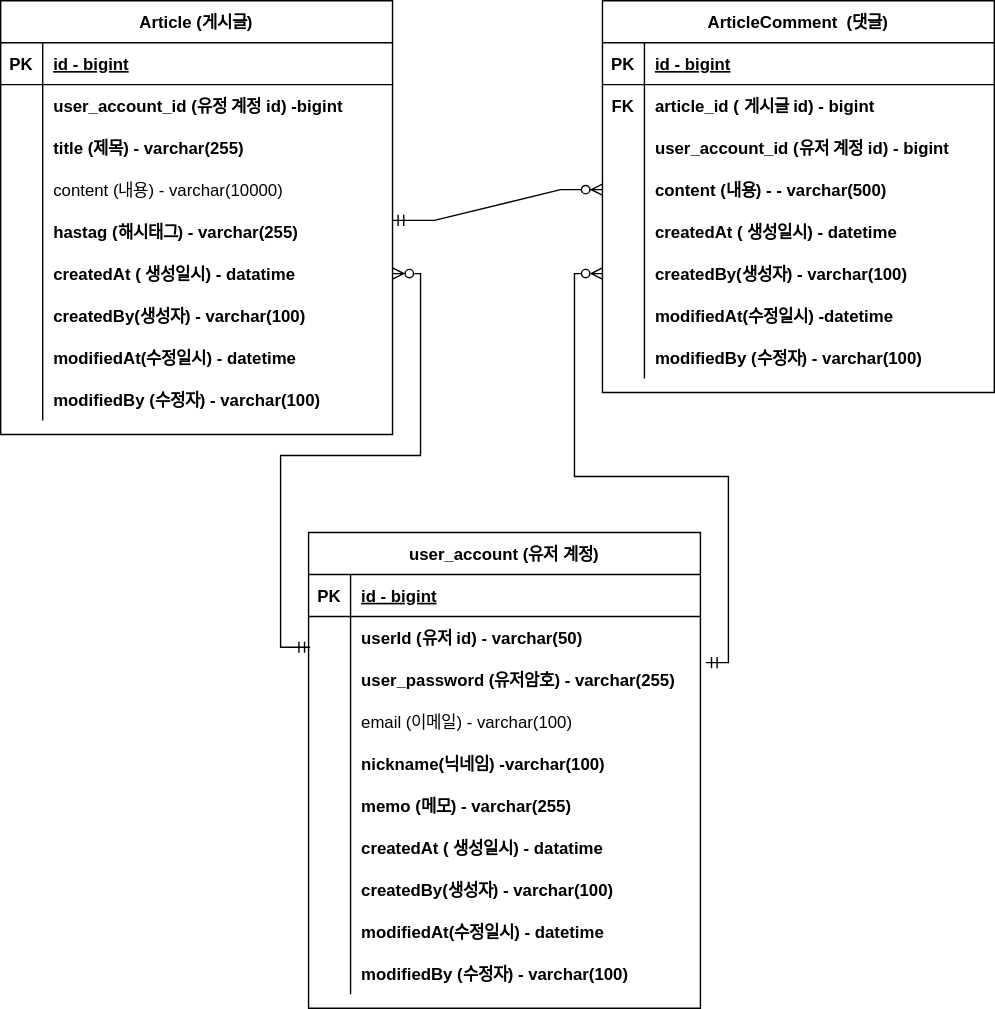
Above: document/project-board-erd.svg in kimj2su/project-board (draw.io), before the change. Source tidied: cells renumbered, new cells last; positions are measured from the earlier drawing's top-left corner, leaving out a move shared by most shapes.
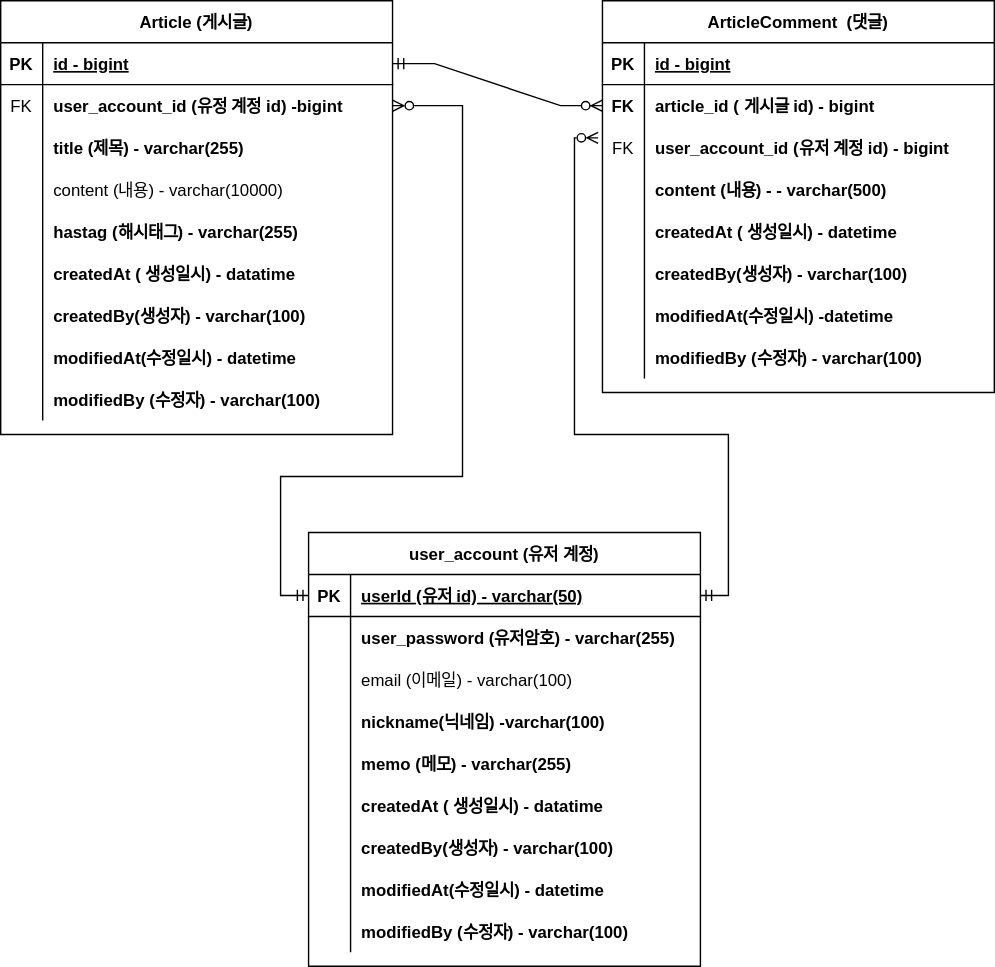
After the commit.

Commit message:
#35-ERD 문서 수정: 회원 계정 user_id 를 PK 로 변경

Change to the diagram source:
```diff
@@ -17,7 +17,7 @@
     <mxCell id="6" style="shape=tableRow;horizontal=0;startSize=0;swimlaneHead=0;swimlaneBody=0;fillColor=none;points=[[0,0.5],[1,0.5]];portConstraint=eastwest;top=0;left=0;right=0;bottom=0;" parent="2" vertex="1">
       <mxGeometry y="60" width="280" height="30" as="geometry" />
     </mxCell>
-    <mxCell id="7" style="shape=partialRectangle;fillColor=none;top=0;left=0;bottom=0;right=0;overflow=hidden;" parent="6" vertex="1">
+    <mxCell id="7" value="FK" style="shape=partialRectangle;fillColor=none;top=0;left=0;bottom=0;right=0;overflow=hidden;" parent="6" vertex="1">
       <mxGeometry width="30" height="30" as="geometry" />
     </mxCell>
     <mxCell id="8" value="user_account_id (유정 계정 id) -bigint" style="shape=partialRectangle;fillColor=none;top=0;left=0;bottom=0;right=0;align=left;spacingLeft=6;overflow=hidden;fontStyle=1;" parent="6" vertex="1">
@@ -110,7 +110,7 @@
     <mxCell id="37" style="shape=tableRow;horizontal=0;startSize=0;swimlaneHead=0;swimlaneBody=0;fillColor=none;points=[[0,0.5],[1,0.5]];portConstraint=eastwest;top=0;left=0;right=0;bottom=0;fontStyle=1;" parent="30" vertex="1">
       <mxGeometry y="90" width="280" height="30" as="geometry" />
     </mxCell>
-    <mxCell id="38" style="shape=partialRectangle;fillColor=none;top=0;left=0;bottom=0;right=0;overflow=hidden;" parent="37" vertex="1">
+    <mxCell id="38" value="FK" style="shape=partialRectangle;fillColor=none;top=0;left=0;bottom=0;right=0;overflow=hidden;" parent="37" vertex="1">
       <mxGeometry width="30" height="30" as="geometry" />
     </mxCell>
     <mxCell id="39" value="user_account_id (유저 계정 id) - bigint" style="shape=partialRectangle;fillColor=none;top=0;left=0;bottom=0;right=0;align=left;spacingLeft=6;overflow=hidden;fontStyle=1;" parent="37" vertex="1">
@@ -161,11 +161,11 @@
     <mxCell id="54" value="modifiedBy (수정자) - varchar(100)" style="shape=partialRectangle;fillColor=none;top=0;left=0;bottom=0;right=0;align=left;spacingLeft=6;overflow=hidden;fontStyle=1;" parent="52" vertex="1">
       <mxGeometry x="30" width="250" height="30" as="geometry" />
     </mxCell>
-    <mxCell id="55" style="edgeStyle=entityRelationEdgeStyle;fontSize=12;html=1;endArrow=ERzeroToMany;startArrow=ERmandOne;rounded=0;exitX=1;exitY=0.233;exitDx=0;exitDy=0;exitPerimeter=0;" parent="1" edge="1" source="15" target="40">
+    <mxCell id="55" style="edgeStyle=entityRelationEdgeStyle;fontSize=12;html=1;endArrow=ERzeroToMany;startArrow=ERmandOne;rounded=0;exitX=1;exitY=0.5;exitDx=0;exitDy=0;entryX=0;entryY=0.5;entryDx=0;entryDy=0;" parent="1" edge="1" source="3" target="34">
       <mxGeometry relative="1" as="geometry" />
     </mxCell>
     <mxCell id="56" value="user_account (유저 계정)" style="shape=table;startSize=30;rowLines=0;fontStyle=1;align=center;" parent="1" vertex="1">
-      <mxGeometry x="220" y="380" width="280" height="340" as="geometry" />
+      <mxGeometry x="220" y="380" width="280" height="310" as="geometry" />
     </mxCell>
     <mxCell id="57" style="shape=tableRow;horizontal=0;startSize=0;swimlaneHead=0;swimlaneBody=0;fillColor=none;points=[[0,0.5],[1,0.5]];portConstraint=eastwest;top=0;left=0;right=0;bottom=1;" parent="56" vertex="1">
       <mxGeometry y="30" width="280" height="30" as="geometry" />
@@ -173,20 +173,11 @@
     <mxCell id="58" value="PK" style="shape=partialRectangle;fillColor=none;top=0;left=0;bottom=0;right=0;fontStyle=1;overflow=hidden;" parent="57" vertex="1">
       <mxGeometry width="30" height="30" as="geometry" />
     </mxCell>
-    <mxCell id="59" value="id - bigint" style="shape=partialRectangle;fillColor=none;top=0;left=0;bottom=0;right=0;align=left;spacingLeft=6;fontStyle=5;overflow=hidden;" parent="57" vertex="1">
+    <mxCell id="59" value="userId (유저 id) - varchar(50)" style="shape=partialRectangle;fillColor=none;top=0;left=0;bottom=0;right=0;align=left;spacingLeft=6;fontStyle=5;overflow=hidden;" parent="57" vertex="1">
       <mxGeometry x="30" width="250" height="30" as="geometry" />
     </mxCell>
-    <mxCell id="60" style="shape=tableRow;horizontal=0;startSize=0;swimlaneHead=0;swimlaneBody=0;fillColor=none;points=[[0,0.5],[1,0.5]];portConstraint=eastwest;top=0;left=0;right=0;bottom=0;" parent="56" vertex="1">
-      <mxGeometry y="60" width="280" height="30" as="geometry" />
-    </mxCell>
-    <mxCell id="61" style="shape=partialRectangle;fillColor=none;top=0;left=0;bottom=0;right=0;overflow=hidden;" parent="60" vertex="1">
-      <mxGeometry width="30" height="30" as="geometry" />
-    </mxCell>
-    <mxCell id="62" value="userId (유저 id) - varchar(50)" style="shape=partialRectangle;fillColor=none;top=0;left=0;bottom=0;right=0;align=left;spacingLeft=6;overflow=hidden;fontStyle=1;" parent="60" vertex="1">
-      <mxGeometry x="30" width="250" height="30" as="geometry" />
-    </mxCell>
     <mxCell id="63" style="shape=tableRow;horizontal=0;startSize=0;swimlaneHead=0;swimlaneBody=0;fillColor=none;points=[[0,0.5],[1,0.5]];portConstraint=eastwest;top=0;left=0;right=0;bottom=0;" parent="56" vertex="1">
-      <mxGeometry y="90" width="280" height="30" as="geometry" />
+      <mxGeometry y="60" width="280" height="30" as="geometry" />
     </mxCell>
     <mxCell id="64" style="shape=partialRectangle;fillColor=none;top=0;left=0;bottom=0;right=0;overflow=hidden;" parent="63" vertex="1">
       <mxGeometry width="30" height="30" as="geometry" />
@@ -195,7 +186,7 @@
       <mxGeometry x="30" width="250" height="30" as="geometry" />
     </mxCell>
     <mxCell id="66" style="shape=tableRow;horizontal=0;startSize=0;swimlaneHead=0;swimlaneBody=0;fillColor=none;top=0;left=0;right=0;bottom=0;" parent="56" vertex="1">
-      <mxGeometry y="120" width="280" height="30" as="geometry" />
+      <mxGeometry y="90" width="280" height="30" as="geometry" />
     </mxCell>
     <mxCell id="67" style="shape=partialRectangle;fillColor=none;top=0;left=0;bottom=0;right=0;overflow=hidden;" parent="66" vertex="1">
       <mxGeometry width="30" height="30" as="geometry" />
@@ -204,7 +195,7 @@
       <mxGeometry x="30" width="250" height="30" as="geometry" />
     </mxCell>
     <mxCell id="69" style="shape=tableRow;horizontal=0;startSize=0;swimlaneHead=0;swimlaneBody=0;fillColor=none;top=0;left=0;right=0;bottom=0;" parent="56" vertex="1">
-      <mxGeometry y="150" width="280" height="30" as="geometry" />
+      <mxGeometry y="120" width="280" height="30" as="geometry" />
     </mxCell>
     <mxCell id="70" style="shape=partialRectangle;fillColor=none;top=0;left=0;bottom=0;right=0;overflow=hidden;" parent="69" vertex="1">
       <mxGeometry width="30" height="30" as="geometry" />
@@ -213,7 +204,7 @@
       <mxGeometry x="30" width="250" height="30" as="geometry" />
     </mxCell>
     <mxCell id="72" style="shape=tableRow;horizontal=0;startSize=0;swimlaneHead=0;swimlaneBody=0;fillColor=none;top=0;left=0;right=0;bottom=0;" parent="56" vertex="1">
-      <mxGeometry y="180" width="280" height="30" as="geometry" />
+      <mxGeometry y="150" width="280" height="30" as="geometry" />
     </mxCell>
     <mxCell id="73" style="shape=partialRectangle;fillColor=none;top=0;left=0;bottom=0;right=0;overflow=hidden;" parent="72" vertex="1">
       <mxGeometry width="30" height="30" as="geometry" />
@@ -222,7 +213,7 @@
       <mxGeometry x="30" width="250" height="30" as="geometry" />
     </mxCell>
     <mxCell id="75" style="shape=tableRow;horizontal=0;startSize=0;swimlaneHead=0;swimlaneBody=0;fillColor=none;top=0;left=0;right=0;bottom=0;" parent="56" vertex="1">
-      <mxGeometry y="210" width="280" height="30" as="geometry" />
+      <mxGeometry y="180" width="280" height="30" as="geometry" />
     </mxCell>
     <mxCell id="76" style="shape=partialRectangle;fillColor=none;top=0;left=0;bottom=0;right=0;overflow=hidden;" parent="75" vertex="1">
       <mxGeometry width="30" height="30" as="geometry" />
@@ -231,7 +222,7 @@
       <mxGeometry x="30" width="250" height="30" as="geometry" />
     </mxCell>
     <mxCell id="78" style="shape=tableRow;horizontal=0;startSize=0;swimlaneHead=0;swimlaneBody=0;fillColor=none;top=0;left=0;right=0;bottom=0;" parent="56" vertex="1">
-      <mxGeometry y="240" width="280" height="30" as="geometry" />
+      <mxGeometry y="210" width="280" height="30" as="geometry" />
     </mxCell>
     <mxCell id="79" style="shape=partialRectangle;fillColor=none;top=0;left=0;bottom=0;right=0;overflow=hidden;" parent="78" vertex="1">
       <mxGeometry width="30" height="30" as="geometry" />
@@ -240,7 +231,7 @@
       <mxGeometry x="30" width="250" height="30" as="geometry" />
     </mxCell>
     <mxCell id="81" style="shape=tableRow;horizontal=0;startSize=0;swimlaneHead=0;swimlaneBody=0;fillColor=none;top=0;left=0;right=0;bottom=0;" parent="56" vertex="1">
-      <mxGeometry y="270" width="280" height="30" as="geometry" />
+      <mxGeometry y="240" width="280" height="30" as="geometry" />
     </mxCell>
     <mxCell id="82" style="shape=partialRectangle;fillColor=none;top=0;left=0;bottom=0;right=0;overflow=hidden;" parent="81" vertex="1">
       <mxGeometry width="30" height="30" as="geometry" />
@@ -249,7 +240,7 @@
       <mxGeometry x="30" width="250" height="30" as="geometry" />
     </mxCell>
     <mxCell id="84" style="shape=tableRow;horizontal=0;startSize=0;swimlaneHead=0;swimlaneBody=0;fillColor=none;top=0;left=0;right=0;bottom=0;" parent="56" vertex="1">
-      <mxGeometry y="300" width="280" height="30" as="geometry" />
+      <mxGeometry y="270" width="280" height="30" as="geometry" />
     </mxCell>
     <mxCell id="85" style="shape=partialRectangle;fillColor=none;top=0;left=0;bottom=0;right=0;overflow=hidden;" parent="84" vertex="1">
       <mxGeometry width="30" height="30" as="geometry" />
@@ -257,11 +248,25 @@
     <mxCell id="86" value="modifiedBy (수정자) - varchar(100)" style="shape=partialRectangle;fillColor=none;top=0;left=0;bottom=0;right=0;align=left;spacingLeft=6;overflow=hidden;fontStyle=1;" parent="84" vertex="1">
       <mxGeometry x="30" width="250" height="30" as="geometry" />
     </mxCell>
-    <mxCell id="87" style="edgeStyle=orthogonalEdgeStyle;rounded=0;jettySize=auto;html=1;exitX=1;exitY=0.5;exitDx=0;exitDy=0;entryX=0.004;entryY=0.733;entryDx=0;entryDy=0;entryPerimeter=0;startArrow=ERzeroToMany;startFill=0;endArrow=ERmandOne;endFill=0;" parent="1" edge="1" source="18" target="60">
-      <mxGeometry relative="1" as="geometry" />
+    <mxCell id="87" style="edgeStyle=orthogonalEdgeStyle;rounded=0;jettySize=auto;html=1;exitX=1;exitY=0.5;exitDx=0;exitDy=0;startArrow=ERzeroToMany;startFill=0;endArrow=ERmandOne;endFill=0;" parent="1" edge="1" source="6" target="57">
+      <mxGeometry relative="1" as="geometry">
+        <Array as="points">
+          <mxPoint x="330" y="75" />
+          <mxPoint x="330" y="340" />
+          <mxPoint x="200" y="340" />
+          <mxPoint x="200" y="425" />
+        </Array>
+      </mxGeometry>
     </mxCell>
-    <mxCell id="88" style="edgeStyle=orthogonalEdgeStyle;rounded=0;jettySize=auto;html=1;entryX=1.014;entryY=0.1;entryDx=0;entryDy=0;entryPerimeter=0;startArrow=ERzeroToMany;startFill=0;endArrow=ERmandOne;endFill=0;" parent="1" edge="1" source="46" target="63">
-      <mxGeometry relative="1" as="geometry" />
+    <mxCell id="88" style="edgeStyle=orthogonalEdgeStyle;rounded=0;jettySize=auto;html=1;startArrow=ERzeroToMany;startFill=0;endArrow=ERmandOne;endFill=0;exitX=-0.011;exitY=0.267;exitDx=0;exitDy=0;exitPerimeter=0;" parent="1" edge="1" source="37" target="57">
+      <mxGeometry relative="1" as="geometry">
+        <Array as="points">
+          <mxPoint x="410" y="98" />
+          <mxPoint x="410" y="310" />
+          <mxPoint x="520" y="310" />
+          <mxPoint x="520" y="425" />
+        </Array>
+      </mxGeometry>
     </mxCell>
   </root>
 </mxGraphModel>
```
